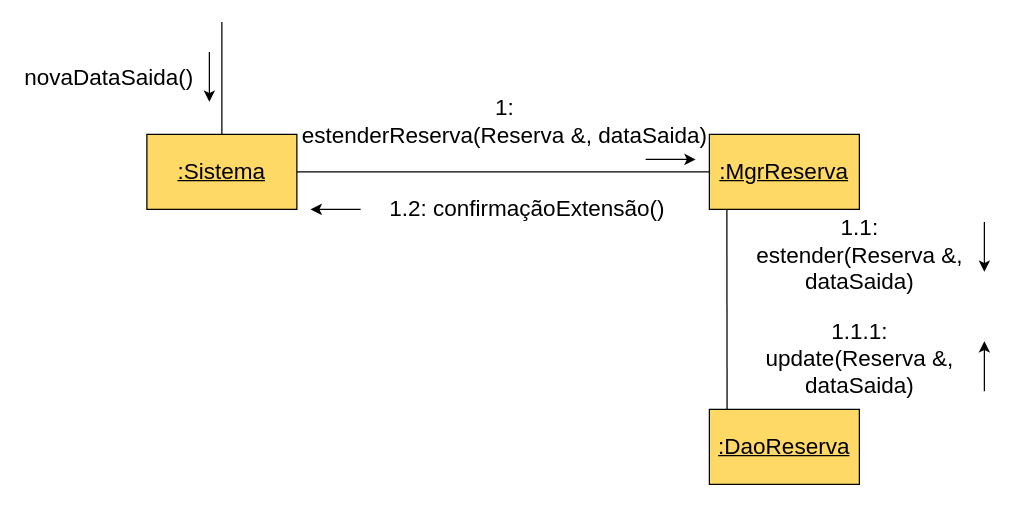
Before: Documents/DC/comunicacaocheckoutfluxoalternativo.drawio in RenanGAS/SGH, a draw.io diagram. Source tidied: cells renumbered, new cells numbered last; positions are measured from the earlier drawing's top-left corner, leaving out a move shared by most shapes. Both pictures are drawn from the tidied source at 125%, with x=0, y=0 at pixel (21, 21).
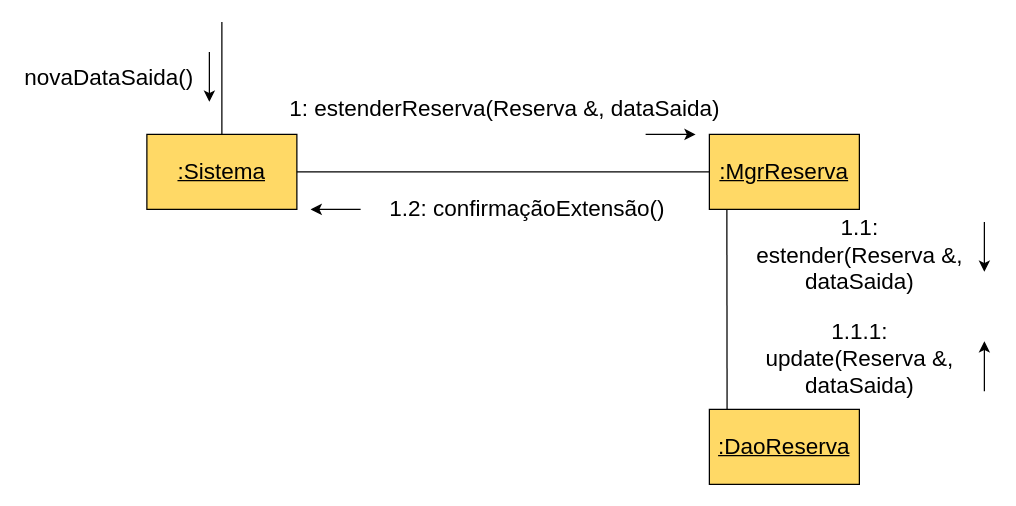
The same diagram, later.

Commit message:
feat: update Check-out - Fluxo Alternativo 1 - v2.1

Change to the diagram source:
```diff
@@
-    <mxCell id="15" value="1: &lt;br&gt;estenderReserva(Reserva &amp;amp;, dataSaida)" style="text;html=1;strokeColor=none;fillColor=none;align=center;verticalAlign=middle;whiteSpace=wrap;rounded=0;fontSize=18;" parent="1" vertex="1">
-      <mxGeometry x="220" y="60" width="332.5" height="40" as="geometry" />
+    <mxCell id="15" value="1: estenderReserva(Reserva &amp;amp;, dataSaida)" style="text;html=1;strokeColor=none;fillColor=none;align=center;verticalAlign=middle;whiteSpace=wrap;rounded=0;fontSize=18;" parent="1" vertex="1">
+      <mxGeometry x="210" y="50" width="352.5" height="40" as="geometry" />
     </mxCell>
     <mxCell id="16" style="endArrow=classic;html=1;rounded=0;fontSize=18;" parent="1" edge="1">
       <mxGeometry relative="1" as="geometry">
-        <mxPoint x="499" y="110" as="sourcePoint" />
-        <mxPoint x="539" y="110" as="targetPoint" />
+        <mxPoint x="499" y="90" as="sourcePoint" />
+        <mxPoint x="539" y="90" as="targetPoint" />
       </mxGeometry>
     </mxCell>
```
